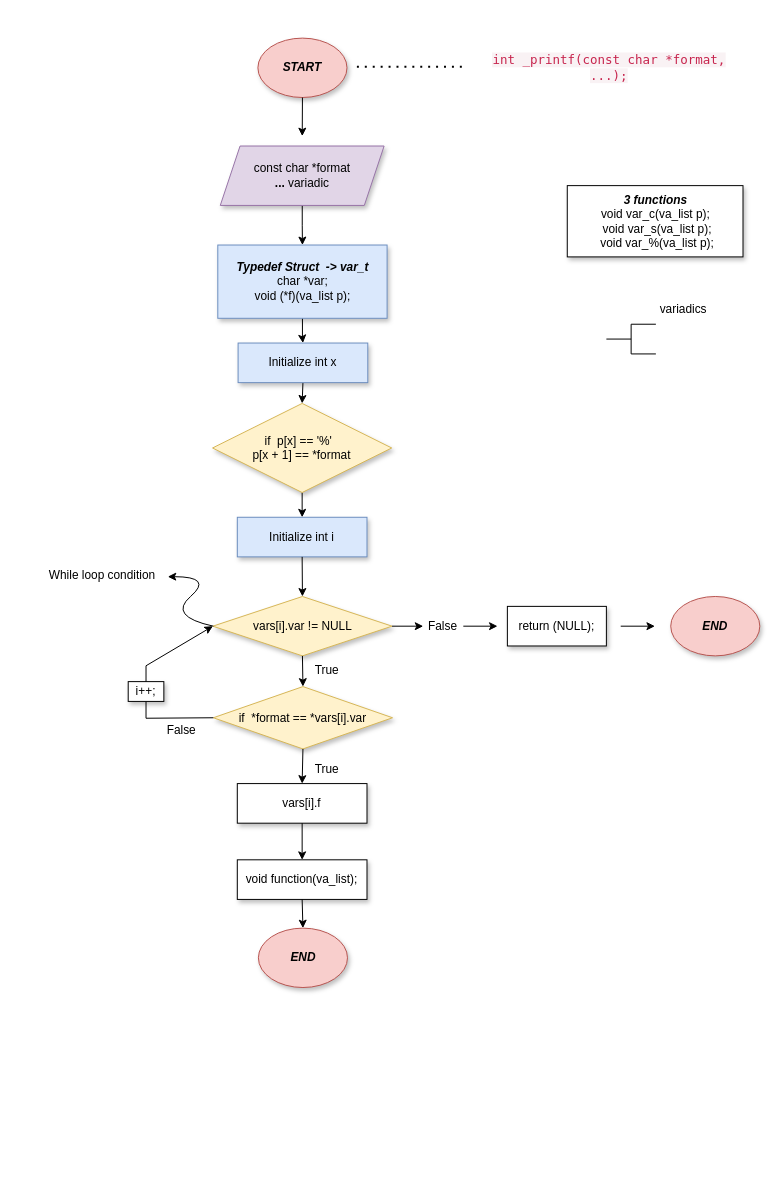
Amandine4731/holbertonschool-printf keeps this draw.io diagram as Diagramme sans nom.drawio. Above is the earlier version. Source tidied: cells renumbered, new cells numbered last; positions are measured from the earlier drawing's top-left corner, leaving out a move shared by most shapes. Both pictures are drawn from the tidied source at 99%, with x=0, y=0 at pixel (43, 38).
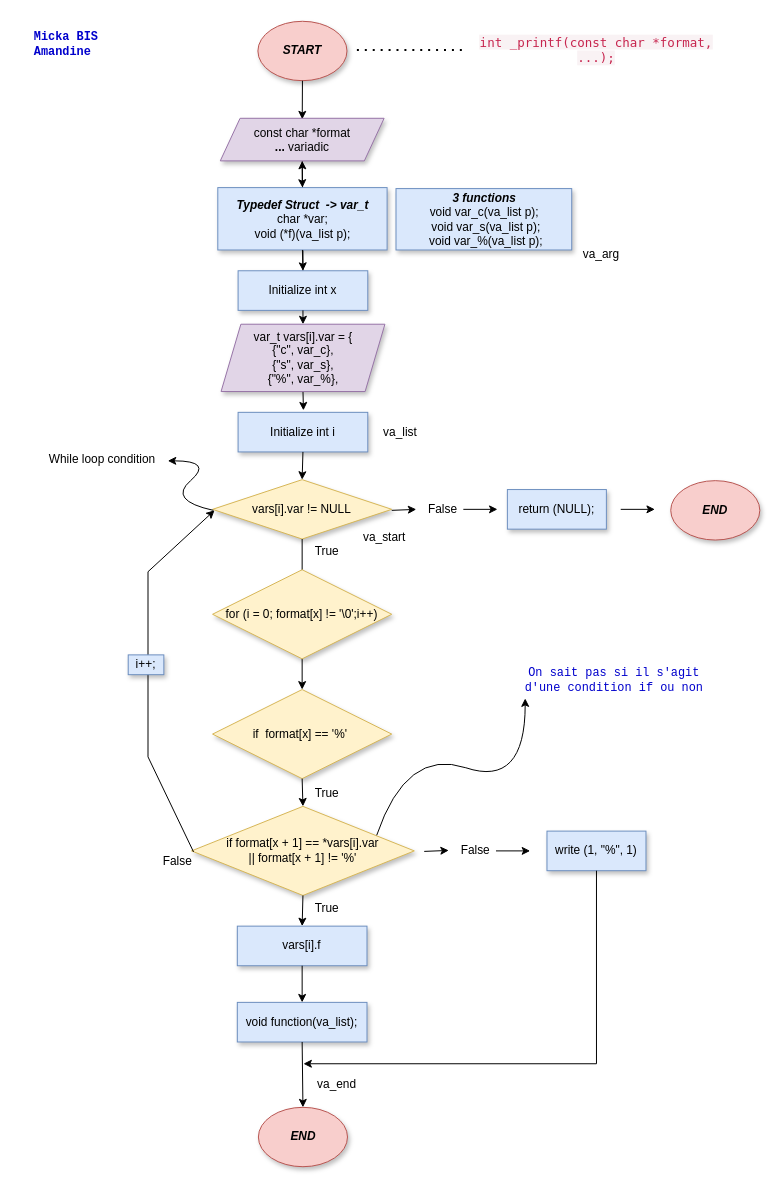
The same page after the edit.

Commit message:
Mettre à jour Diagramme sans nom.drawio

Change to the diagram source:
```diff
@@
-<mxGraphModel>
+<mxGraphModel background="#FFFFFF">
@@
     <mxCell id="2" value="&lt;b&gt;&lt;i&gt;START&lt;/i&gt;&lt;/b&gt;" style="ellipse;whiteSpace=wrap;html=1;shadow=1;fillColor=#f8cecc;strokeColor=#b85450;" parent="1" vertex="1">
-      <mxGeometry x="217" width="90" height="60" as="geometry" />
+      <mxGeometry x="217" y="-17" width="90" height="60" as="geometry" />
     </mxCell>
-    <mxCell id="3" value="&lt;b&gt;&lt;i&gt;3 functions&lt;br&gt;&lt;/i&gt;&lt;/b&gt;&lt;div&gt;void var_c(va_list p);&lt;/div&gt;&lt;div&gt;&amp;nbsp;void var_s(va_list p);&lt;/div&gt;&lt;div&gt;&amp;nbsp;void var_%(va_list p);&lt;/div&gt;" style="rounded=0;whiteSpace=wrap;html=1;shadow=1;" parent="1" vertex="1">
-      <mxGeometry x="529.5" y="149" width="177.5" height="72" as="geometry" />
+    <mxCell id="3" value="&lt;b&gt;&lt;i&gt;3 functions&lt;br&gt;&lt;/i&gt;&lt;/b&gt;&lt;div&gt;void var_c(va_list p);&lt;/div&gt;&lt;div&gt;&amp;nbsp;void var_s(va_list p);&lt;/div&gt;&lt;div&gt;&amp;nbsp;void var_%(va_list p);&lt;/div&gt;" style="rounded=0;whiteSpace=wrap;html=1;shadow=1;fillColor=#dae8fc;strokeColor=#6c8ebf;" parent="1" vertex="1">
+      <mxGeometry x="356.5" y="152" width="177.5" height="62" as="geometry" />
     </mxCell>
-    <mxCell id="4" style="strokeWidth=1;html=1;shape=mxgraph.flowchart.annotation_2;align=left;labelPosition=right;shadow=0;" parent="1" vertex="1">
-      <mxGeometry x="569" y="289" width="50" height="30" as="geometry" />
-    </mxCell>
-    <mxCell id="5" value="variadics" style="text;html=1;strokeColor=none;fillColor=none;align=center;verticalAlign=middle;whiteSpace=wrap;rounded=0;shadow=0;strokeWidth=1;" parent="1" vertex="1">
-      <mxGeometry x="617" y="259" width="60" height="30" as="geometry" />
-    </mxCell>
     <mxCell id="6" value="Initialize int i" style="rounded=0;whiteSpace=wrap;html=1;shadow=1;strokeWidth=1;fillColor=#dae8fc;strokeColor=#6c8ebf;" parent="1" vertex="1">
-      <mxGeometry x="196.2" y="484" width="131" height="40" as="geometry" />
+      <mxGeometry x="197" y="378" width="131" height="40" as="geometry" />
     </mxCell>
     <mxCell id="7" value="vars[i].var != NULL" style="rhombus;whiteSpace=wrap;html=1;shadow=1;strokeWidth=1;fillColor=#fff2cc;strokeColor=#d6b656;" parent="1" vertex="1">
-      <mxGeometry x="171.5" y="564" width="181" height="60" as="geometry" />
+      <mxGeometry x="171.2" y="446" width="181" height="60" as="geometry" />
     </mxCell>
     <mxCell id="8" style="curved=1;endArrow=classic;html=1;rounded=0;" parent="1" edge="1">
       <mxGeometry relative="1" as="geometry">
-        <mxPoint x="172" y="594" as="sourcePoint" />
-        <mxPoint x="126" y="544" as="targetPoint" />
+        <mxPoint x="172" y="477" as="sourcePoint" />
+        <mxPoint x="126" y="427" as="targetPoint" />
         <Array as="points">
-          <mxPoint x="126" y="584" />
-          <mxPoint x="172" y="544" />
+          <mxPoint x="126" y="467" />
+          <mxPoint x="172" y="427" />
         </Array>
       </mxGeometry>
     </mxCell>
     <mxCell id="9" value="While loop condition" style="text;html=1;strokeColor=none;fillColor=none;align=center;verticalAlign=middle;whiteSpace=wrap;rounded=0;shadow=0;strokeWidth=1;" parent="1" vertex="1">
-      <mxGeometry y="528" width="120" height="30" as="geometry" />
+      <mxGeometry y="411" width="120" height="30" as="geometry" />
     </mxCell>
-    <mxCell id="10" style="endArrow=classic;html=1;rounded=0;exitX=1;exitY=0.5;exitDx=0;exitDy=0;" parent="1" edge="1" source="7">
+    <mxCell id="10" style="endArrow=classic;html=1;rounded=0;exitX=1;exitY=0.5;exitDx=0;exitDy=0;" parent="1" edge="1">
       <mxGeometry relative="1" as="geometry">
-        <mxPoint x="384" y="594" as="targetPoint" />
+        <mxPoint x="352.2" y="477" as="sourcePoint" />
+        <mxPoint x="377" y="476" as="targetPoint" />
       </mxGeometry>
     </mxCell>
     <mxCell id="11" value="False" style="text;html=1;strokeColor=none;fillColor=none;align=center;verticalAlign=middle;whiteSpace=wrap;rounded=0;shadow=0;strokeWidth=1;" parent="1" vertex="1">
-      <mxGeometry x="384" y="579" width="40" height="30" as="geometry" />
+      <mxGeometry x="384" y="461" width="40" height="30" as="geometry" />
     </mxCell>
     <mxCell id="12" style="endArrow=classic;html=1;rounded=0;exitX=1;exitY=0.5;exitDx=0;exitDy=0;" parent="1" edge="1">
       <mxGeometry relative="1" as="geometry">
-        <mxPoint x="424.5" y="594" as="sourcePoint" />
-        <mxPoint x="459" y="594" as="targetPoint" />
+        <mxPoint x="424.5" y="476" as="sourcePoint" />
+        <mxPoint x="459" y="476" as="targetPoint" />
       </mxGeometry>
     </mxCell>
-    <mxCell id="13" value="return (NULL);" style="rounded=0;whiteSpace=wrap;html=1;shadow=1;strokeWidth=1;" parent="1" vertex="1">
-      <mxGeometry x="469" y="574" width="100" height="40" as="geometry" />
+    <mxCell id="13" value="return (NULL);" style="rounded=0;whiteSpace=wrap;html=1;shadow=1;strokeWidth=1;fillColor=#dae8fc;strokeColor=#6c8ebf;" parent="1" vertex="1">
+      <mxGeometry x="469" y="456" width="100" height="40" as="geometry" />
     </mxCell>
     <mxCell id="14" style="endArrow=classic;html=1;rounded=0;exitX=1;exitY=0.5;exitDx=0;exitDy=0;" parent="1" edge="1">
       <mxGeometry relative="1" as="geometry">
-        <mxPoint x="583.5" y="594" as="sourcePoint" />
-        <mxPoint x="618" y="594" as="targetPoint" />
+        <mxPoint x="583.5" y="476" as="sourcePoint" />
+        <mxPoint x="618" y="476" as="targetPoint" />
       </mxGeometry>
     </mxCell>
     <mxCell id="15" value="&lt;b&gt;&lt;i&gt;END&lt;/i&gt;&lt;/b&gt;" style="ellipse;whiteSpace=wrap;html=1;shadow=1;fillColor=#f8cecc;strokeColor=#b85450;" parent="1" vertex="1">
-      <mxGeometry x="634" y="564" width="90" height="60" as="geometry" />
+      <mxGeometry x="634" y="447" width="90" height="60" as="geometry" />
     </mxCell>
     <mxCell id="16" style="endArrow=classic;html=1;rounded=0;exitX=0.5;exitY=1;exitDx=0;exitDy=0;entryX=0.5;entryY=0;entryDx=0;entryDy=0;" parent="1" edge="1" source="2">
       <mxGeometry relative="1" as="geometry">
-        <mxPoint x="261.8" y="99" as="targetPoint" />
+        <mxPoint x="261.8" y="82" as="targetPoint" />
       </mxGeometry>
     </mxCell>
-    <mxCell id="17" style="endArrow=classic;html=1;rounded=0;exitX=0.5;exitY=1;exitDx=0;exitDy=0;entryX=0.5;entryY=0;entryDx=0;entryDy=0;" parent="1" edge="1" source="32" target="6">
-      <mxGeometry relative="1" as="geometry" />
-    </mxCell>
-    <mxCell id="18" style="endArrow=classic;html=1;rounded=0;entryX=0.5;entryY=0;entryDx=0;entryDy=0;exitX=0.5;exitY=1;exitDx=0;exitDy=0;" parent="1" edge="1" source="6" target="7">
-      <mxGeometry relative="1" as="geometry" />
-    </mxCell>
-    <mxCell id="19" value="if&amp;nbsp; *format == *vars[i].var" style="rhombus;whiteSpace=wrap;html=1;shadow=1;strokeWidth=1;fillColor=#fff2cc;strokeColor=#d6b656;" parent="1" vertex="1">
-      <mxGeometry x="172" y="655" width="181" height="63" as="geometry" />
+    <mxCell id="19" value="if format[x + 1] == *vars[i].var&lt;br&gt;|| format[x + 1]&amp;nbsp;!= '%'" style="rhombus;whiteSpace=wrap;html=1;shadow=1;strokeWidth=1;fillColor=#fff2cc;strokeColor=#d6b656;" parent="1" vertex="1">
+      <mxGeometry x="150" y="776" width="225" height="90" as="geometry" />
     </mxCell>
-    <mxCell id="20" style="endArrow=classic;html=1;rounded=0;exitX=0.5;exitY=1;exitDx=0;exitDy=0;entryX=0.5;entryY=0;entryDx=0;entryDy=0;" parent="1" edge="1" source="7" target="19">
+    <mxCell id="20" style="endArrow=classic;html=1;rounded=0;exitX=0.5;exitY=1;exitDx=0;exitDy=0;entryX=0.5;entryY=0;entryDx=0;entryDy=0;" parent="1" edge="1" source="7" target="32">
       <mxGeometry relative="1" as="geometry" />
     </mxCell>
-    <mxCell id="21" style="endArrow=classic;html=1;rounded=0;exitX=0;exitY=0.5;exitDx=0;exitDy=0;entryX=0;entryY=0.5;entryDx=0;entryDy=0;" parent="1" edge="1" source="19" target="7">
+    <mxCell id="21" style="endArrow=classic;html=1;rounded=0;exitX=0;exitY=0.5;exitDx=0;exitDy=0;entryX=0;entryY=0.5;entryDx=0;entryDy=0;" parent="1" edge="1">
       <mxGeometry relative="1" as="geometry">
+        <mxPoint x="152" y="822" as="sourcePoint" />
+        <mxPoint x="173.2" y="477" as="targetPoint" />
         <Array as="points">
-          <mxPoint x="104" y="687" />
-          <mxPoint x="104" y="634" />
+          <mxPoint x="106" y="726" />
+          <mxPoint x="106" y="539" />
         </Array>
       </mxGeometry>
     </mxCell>
     <mxCell id="22" value="True" style="text;html=1;strokeColor=none;fillColor=none;align=center;verticalAlign=middle;whiteSpace=wrap;rounded=0;shadow=0;strokeWidth=1;" parent="1" vertex="1">
-      <mxGeometry x="267" y="624" width="40" height="30" as="geometry" />
+      <mxGeometry x="267" y="748" width="40" height="30" as="geometry" />
     </mxCell>
     <mxCell id="23" value="False" style="text;html=1;strokeColor=none;fillColor=none;align=center;verticalAlign=middle;whiteSpace=wrap;rounded=0;shadow=0;strokeWidth=1;" parent="1" vertex="1">
-      <mxGeometry x="120" y="684" width="40" height="30" as="geometry" />
+      <mxGeometry x="116" y="817" width="40" height="30" as="geometry" />
     </mxCell>
-    <mxCell id="24" value="i++;" style="rounded=0;whiteSpace=wrap;html=1;shadow=1;strokeWidth=1;" parent="1" vertex="1">
-      <mxGeometry x="86" y="650" width="36" height="20" as="geometry" />
+    <mxCell id="24" value="i++;" style="rounded=0;whiteSpace=wrap;html=1;shadow=1;strokeWidth=1;fillColor=#dae8fc;strokeColor=#6c8ebf;" parent="1" vertex="1">
+      <mxGeometry x="86" y="623" width="36" height="20" as="geometry" />
     </mxCell>
     <mxCell id="25" value="True" style="text;html=1;strokeColor=none;fillColor=none;align=center;verticalAlign=middle;whiteSpace=wrap;rounded=0;shadow=0;strokeWidth=1;" parent="1" vertex="1">
-      <mxGeometry x="267" y="724" width="40" height="30" as="geometry" />
+      <mxGeometry x="267" y="864" width="40" height="30" as="geometry" />
     </mxCell>
-    <mxCell id="26" value="vars[i].f" style="rounded=0;whiteSpace=wrap;html=1;shadow=1;strokeWidth=1;" parent="1" vertex="1">
-      <mxGeometry x="196.2" y="753" width="131" height="40" as="geometry" />
+    <mxCell id="26" value="vars[i].f" style="rounded=0;whiteSpace=wrap;html=1;shadow=1;strokeWidth=1;fillColor=#dae8fc;strokeColor=#6c8ebf;" parent="1" vertex="1">
+      <mxGeometry x="196.2" y="897" width="131" height="40" as="geometry" />
     </mxCell>
-    <mxCell id="27" value="void function(va_list);" style="rounded=0;whiteSpace=wrap;html=1;shadow=1;strokeWidth=1;" parent="1" vertex="1">
-      <mxGeometry x="196.2" y="830" width="131" height="40" as="geometry" />
+    <mxCell id="27" value="void function(va_list);" style="rounded=0;whiteSpace=wrap;html=1;shadow=1;strokeWidth=1;fillColor=#dae8fc;strokeColor=#6c8ebf;" parent="1" vertex="1">
+      <mxGeometry x="196.2" y="974" width="131" height="40" as="geometry" />
     </mxCell>
@@
     <mxCell id="30" value="&lt;b&gt;&lt;i&gt;END&lt;/i&gt;&lt;/b&gt;" style="ellipse;whiteSpace=wrap;html=1;shadow=1;fillColor=#f8cecc;strokeColor=#b85450;" parent="1" vertex="1">
-      <mxGeometry x="217.5" y="899" width="90" height="60" as="geometry" />
+      <mxGeometry x="217.5" y="1080" width="90" height="60" as="geometry" />
     </mxCell>
@@
-    <mxCell id="32" value="if&amp;nbsp; p[x] == '%'&amp;nbsp;&amp;nbsp;&lt;br&gt;p[x + 1] == *format" style="rhombus;whiteSpace=wrap;html=1;shadow=1;strokeWidth=1;fillColor=#fff2cc;strokeColor=#d6b656;" parent="1" vertex="1">
-      <mxGeometry x="171.2" y="369" width="181" height="90" as="geometry" />
+    <mxCell id="32" value="if&amp;nbsp; format[x] == '%'&amp;nbsp;" style="rhombus;whiteSpace=wrap;html=1;shadow=1;strokeWidth=1;fillColor=#fff2cc;strokeColor=#d6b656;" parent="1" vertex="1">
+      <mxGeometry x="171.2" y="658" width="181" height="90" as="geometry" />
     </mxCell>
-    <mxCell id="33" style="endArrow=classic;html=1;rounded=0;entryX=0.5;entryY=0;entryDx=0;entryDy=0;exitX=0.5;exitY=1;exitDx=0;exitDy=0;" parent="1" edge="1" source="34" target="32">
-      <mxGeometry relative="1" as="geometry" />
+    <mxCell id="33" style="endArrow=classic;html=1;rounded=0;exitX=0.5;exitY=1;exitDx=0;exitDy=0;" parent="1" edge="1" source="56">
+      <mxGeometry relative="1" as="geometry">
+        <mxPoint x="263" y="376" as="targetPoint" />
+      </mxGeometry>
     </mxCell>
+    <mxCell id="41" style="edgeStyle=orthogonalEdgeStyle;rounded=0;jettySize=auto;html=1;fontFamily=Courier New;fontColor=#0000CC;" parent="1" edge="1" source="34" target="40">
+      <mxGeometry relative="1" as="geometry" />
+    </mxCell>
     <mxCell id="34" value="Initialize int x" style="rounded=0;whiteSpace=wrap;html=1;shadow=1;strokeWidth=1;fillColor=#dae8fc;strokeColor=#6c8ebf;" parent="1" vertex="1">
-      <mxGeometry x="197" y="308" width="131" height="40" as="geometry" />
+      <mxGeometry x="197" y="235" width="131" height="40" as="geometry" />
     </mxCell>
     <mxCell id="35" style="endArrow=none;dashed=1;html=1;dashPattern=1 3;strokeWidth=2;rounded=0;" parent="1" edge="1">
       <mxGeometry relative="1" as="geometry">
-        <mxPoint x="317" y="29" as="sourcePoint" />
-        <mxPoint x="427" y="29" as="targetPoint" />
+        <mxPoint x="317" y="12" as="sourcePoint" />
+        <mxPoint x="427" y="12" as="targetPoint" />
       </mxGeometry>
     </mxCell>
     <mxCell id="36" value="&lt;span style=&quot;color: rgb(199, 37, 78); font-family: Menlo, Monaco, Consolas, &amp;quot;Courier New&amp;quot;, monospace; font-size: 12.6px; text-align: left; background-color: rgb(249, 242, 244);&quot;&gt;int _printf(const char *format, ...);&lt;/span&gt;" style="text;html=1;strokeColor=none;fillColor=none;align=center;verticalAlign=middle;whiteSpace=wrap;rounded=0;shadow=1;strokeWidth=1;" parent="1" vertex="1">
-      <mxGeometry x="437" y="15" width="270" height="30" as="geometry" />
+      <mxGeometry x="424" y="-3" width="270" height="30" as="geometry" />
     </mxCell>
-    <mxCell id="37" style="edgeStyle=orthogonalEdgeStyle;rounded=0;jettySize=auto;html=1;" parent="1" edge="1" source="38" target="34">
-      <mxGeometry relative="1" as="geometry" />
-    </mxCell>
     <mxCell id="38" value="&lt;b&gt;&lt;i&gt;Typedef Struct&amp;nbsp; -&amp;gt; var_t&lt;/i&gt;&lt;/b&gt;&lt;br&gt;char *var;&lt;br&gt;void (*f)(va_list p);" style="rounded=0;whiteSpace=wrap;html=1;shadow=1;strokeWidth=1;fillColor=#dae8fc;strokeColor=#6c8ebf;" parent="1" vertex="1">
-      <mxGeometry x="176.5" y="209" width="171" height="74" as="geometry" />
+      <mxGeometry x="176.5" y="151" width="171" height="63" as="geometry" />
     </mxCell>
@@
     <mxCell id="40" value="const char *format&lt;br&gt;&lt;b&gt;... &lt;/b&gt;variadic" style="shape=parallelogram;perimeter=parallelogramPerimeter;whiteSpace=wrap;html=1;fixedSize=1;shadow=1;strokeWidth=1;fillColor=#e1d5e7;strokeColor=#9673a6;" parent="1" vertex="1">
-      <mxGeometry x="179" y="109" width="165.5" height="60" as="geometry" />
+      <mxGeometry x="179" y="81" width="165.5" height="43" as="geometry" />
     </mxCell>
+    <mxCell id="42" style="edgeStyle=orthogonalEdgeStyle;rounded=0;orthogonalLoop=1;jettySize=auto;html=1;exitX=0.5;exitY=1;exitDx=0;exitDy=0;" parent="1" edge="1" source="22" target="22">
+      <mxGeometry relative="1" as="geometry" />
+    </mxCell>
+    <mxCell id="43" value="True" style="text;html=1;strokeColor=none;fillColor=none;align=center;verticalAlign=middle;whiteSpace=wrap;rounded=0;shadow=0;strokeWidth=1;" parent="1" vertex="1">
+      <mxGeometry x="267" y="504" width="40" height="30" as="geometry" />
+    </mxCell>
+    <mxCell id="44" style="endArrow=classic;html=1;rounded=0;exitX=1;exitY=0.5;exitDx=0;exitDy=0;" parent="1" edge="1">
+      <mxGeometry relative="1" as="geometry">
+        <mxPoint x="385" y="821.5" as="sourcePoint" />
+        <mxPoint x="409.8" y="820.5" as="targetPoint" />
+      </mxGeometry>
+    </mxCell>
+    <mxCell id="45" value="False" style="text;html=1;strokeColor=none;fillColor=none;align=center;verticalAlign=middle;whiteSpace=wrap;rounded=0;shadow=0;strokeWidth=1;" parent="1" vertex="1">
+      <mxGeometry x="417" y="806" width="40" height="30" as="geometry" />
+    </mxCell>
+    <mxCell id="46" style="endArrow=classic;html=1;rounded=0;exitX=1;exitY=0.5;exitDx=0;exitDy=0;" parent="1" edge="1">
+      <mxGeometry relative="1" as="geometry">
+        <mxPoint x="457.5" y="821" as="sourcePoint" />
+        <mxPoint x="492" y="821" as="targetPoint" />
+      </mxGeometry>
+    </mxCell>
+    <mxCell id="18" style="endArrow=classic;html=1;rounded=0;entryX=0.5;entryY=0;entryDx=0;entryDy=0;exitX=0.5;exitY=1;exitDx=0;exitDy=0;" parent="1" edge="1" source="6" target="7">
+      <mxGeometry relative="1" as="geometry" />
+    </mxCell>
+    <mxCell id="37" style="endArrow=classic;html=1;rounded=0;exitX=0.5;exitY=1;exitDx=0;exitDy=0;entryX=0.5;entryY=0;entryDx=0;entryDy=0;" parent="1" edge="1" source="38" target="34">
+      <mxGeometry relative="1" as="geometry" />
+    </mxCell>
+    <mxCell id="47" value="for (i = 0; format[x] != '\0';i++)" style="rhombus;whiteSpace=wrap;html=1;shadow=1;strokeWidth=1;fillColor=#fff2cc;strokeColor=#d6b656;" parent="1" vertex="1">
+      <mxGeometry x="171.2" y="537" width="181" height="90" as="geometry" />
+    </mxCell>
+    <mxCell id="48" style="endArrow=classic;html=1;rounded=0;exitX=0.5;exitY=1;exitDx=0;exitDy=0;entryX=0.5;entryY=0;entryDx=0;entryDy=0;" parent="1" edge="1" source="32" target="19">
+      <mxGeometry relative="1" as="geometry" />
+    </mxCell>
+    <mxCell id="49" value="va_arg" style="text;html=1;strokeColor=none;fillColor=none;align=center;verticalAlign=middle;whiteSpace=wrap;rounded=0;shadow=1;strokeWidth=1;" parent="1" vertex="1">
+      <mxGeometry x="534" y="204" width="60" height="30" as="geometry" />
+    </mxCell>
+    <mxCell id="50" value="va_list" style="text;html=1;strokeColor=none;fillColor=none;align=center;verticalAlign=middle;whiteSpace=wrap;rounded=0;shadow=1;strokeWidth=1;" parent="1" vertex="1">
+      <mxGeometry x="331" y="383" width="60" height="30" as="geometry" />
+    </mxCell>
+    <mxCell id="51" value="va_end" style="text;html=1;strokeColor=none;fillColor=none;align=center;verticalAlign=middle;whiteSpace=wrap;rounded=0;shadow=1;strokeWidth=1;" parent="1" vertex="1">
+      <mxGeometry x="267" y="1040" width="60" height="34" as="geometry" />
+    </mxCell>
+    <mxCell id="52" value="write (1, &quot;%&quot;, 1)" style="rounded=0;whiteSpace=wrap;html=1;shadow=1;strokeWidth=1;fillColor=#dae8fc;strokeColor=#6c8ebf;" parent="1" vertex="1">
+      <mxGeometry x="509" y="801" width="100" height="40" as="geometry" />
+    </mxCell>
+    <mxCell id="53" style="endArrow=classic;html=1;rounded=0;exitX=0.5;exitY=1;exitDx=0;exitDy=0;" parent="1" edge="1" source="52">
+      <mxGeometry relative="1" as="geometry">
+        <mxPoint x="263" y="1036" as="targetPoint" />
+        <Array as="points">
+          <mxPoint x="559" y="1036" />
+        </Array>
+      </mxGeometry>
+    </mxCell>
+    <mxCell id="54" value="va_start" style="text;html=1;strokeColor=none;fillColor=none;align=center;verticalAlign=middle;whiteSpace=wrap;rounded=0;shadow=1;strokeWidth=1;" parent="1" vertex="1">
+      <mxGeometry x="315" y="489" width="60" height="30" as="geometry" />
+    </mxCell>
+    <mxCell id="55" value="&lt;div style=&quot;text-align: left;&quot;&gt;&lt;span style=&quot;background-color: initial;&quot;&gt;&lt;b&gt;&lt;font color=&quot;#0000cc&quot; face=&quot;Courier New&quot;&gt;Micka BIS&lt;/font&gt;&lt;/b&gt;&lt;/span&gt;&lt;/div&gt;&lt;div style=&quot;text-align: left;&quot;&gt;&lt;span style=&quot;background-color: initial;&quot;&gt;&lt;b&gt;&lt;font color=&quot;#0000cc&quot; face=&quot;Courier New&quot;&gt;Amandine&lt;/font&gt;&lt;/b&gt;&lt;/span&gt;&lt;/div&gt;" style="text;html=1;strokeColor=none;fillColor=none;align=center;verticalAlign=middle;whiteSpace=wrap;rounded=0;shadow=1;strokeWidth=1;" parent="1" vertex="1">
+      <mxGeometry x="-22" y="-9" width="91" height="30" as="geometry" />
+    </mxCell>
+    <mxCell id="56" value="var_t vars[i].var = {&lt;br&gt;{&quot;c&quot;, var_c},&lt;br&gt;{&quot;s&quot;, var_s},&lt;br&gt;{&quot;%&quot;, var_%}," style="shape=parallelogram;perimeter=parallelogramPerimeter;whiteSpace=wrap;html=1;fixedSize=1;shadow=1;strokeWidth=1;fillColor=#e1d5e7;strokeColor=#9673a6;" parent="1" vertex="1">
+      <mxGeometry x="179.8" y="289" width="165.5" height="68" as="geometry" />
+    </mxCell>
+    <mxCell id="57" style="endArrow=classic;html=1;rounded=0;fontFamily=Courier New;fontColor=#0000CC;exitX=0.5;exitY=1;exitDx=0;exitDy=0;entryX=0.5;entryY=0;entryDx=0;entryDy=0;" parent="1" edge="1" source="34" target="56">
+      <mxGeometry relative="1" as="geometry" />
+    </mxCell>
+    <mxCell id="58" style="curved=1;endArrow=classic;html=1;rounded=0;fontFamily=Courier New;fontColor=#0000CC;exitX=0.831;exitY=0.347;exitDx=0;exitDy=0;exitPerimeter=0;" parent="1" edge="1">
+      <mxGeometry relative="1" as="geometry">
+        <mxPoint x="337" y="805.2" as="sourcePoint" />
+        <mxPoint x="487" y="667" as="targetPoint" />
+        <Array as="points">
+          <mxPoint x="367" y="717" />
+          <mxPoint x="487" y="757" />
+        </Array>
+      </mxGeometry>
+    </mxCell>
+    <mxCell id="59" value="On sait pas si il s'agit d'une condition if ou non" style="text;html=1;strokeColor=none;fillColor=none;align=center;verticalAlign=middle;whiteSpace=wrap;rounded=0;shadow=1;strokeWidth=1;fontFamily=Courier New;fontColor=#0000CC;" parent="1" vertex="1">
+      <mxGeometry x="483" y="634" width="188" height="30" as="geometry" />
+    </mxCell>
```
